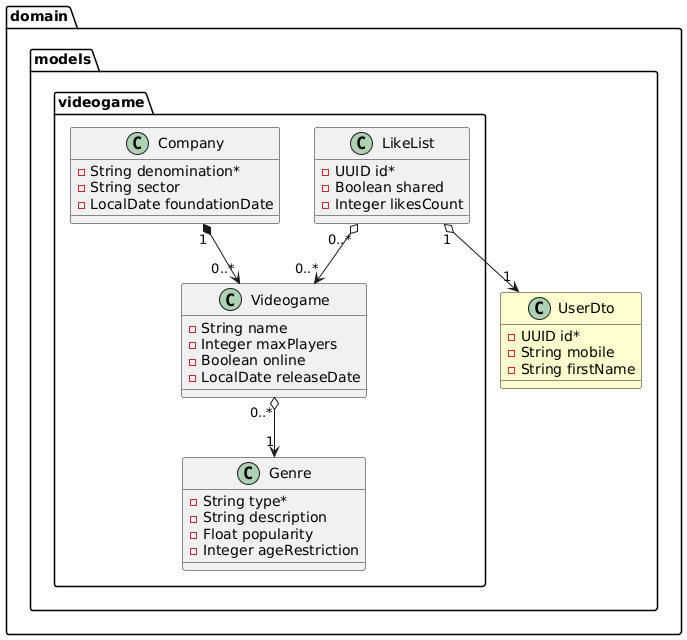
miw-upm/apaw-practice keeps this PlantUML diagram as docs/videogame.png. Above is the earlier version.
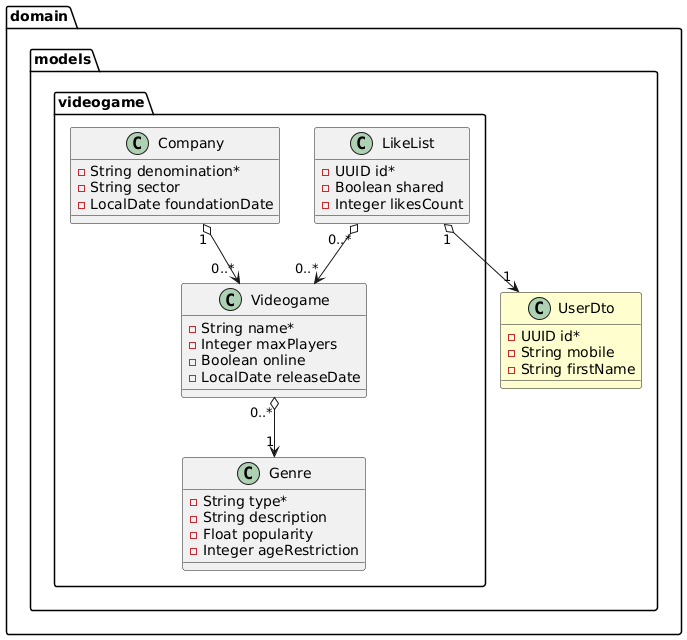
Later version of the same file.

Change to the diagram source:
```diff
@@ -9,7 +9,7 @@
         -Integer ageRestriction
       }
       class Videogame {
-        -String name
+        -String name*
         -Integer maxPlayers
         -Boolean online
         -LocalDate releaseDate
@@ -27,7 +27,7 @@
 
       }
       LikeList "0..*" o--> "0..*" Videogame
-      Company "1" *--> "0..*" Videogame
+      Company "1" o--> "0..*" Videogame
       Videogame"0..*" o--> "1" Genre
     }
     class UserDto #FEFECE {
```
